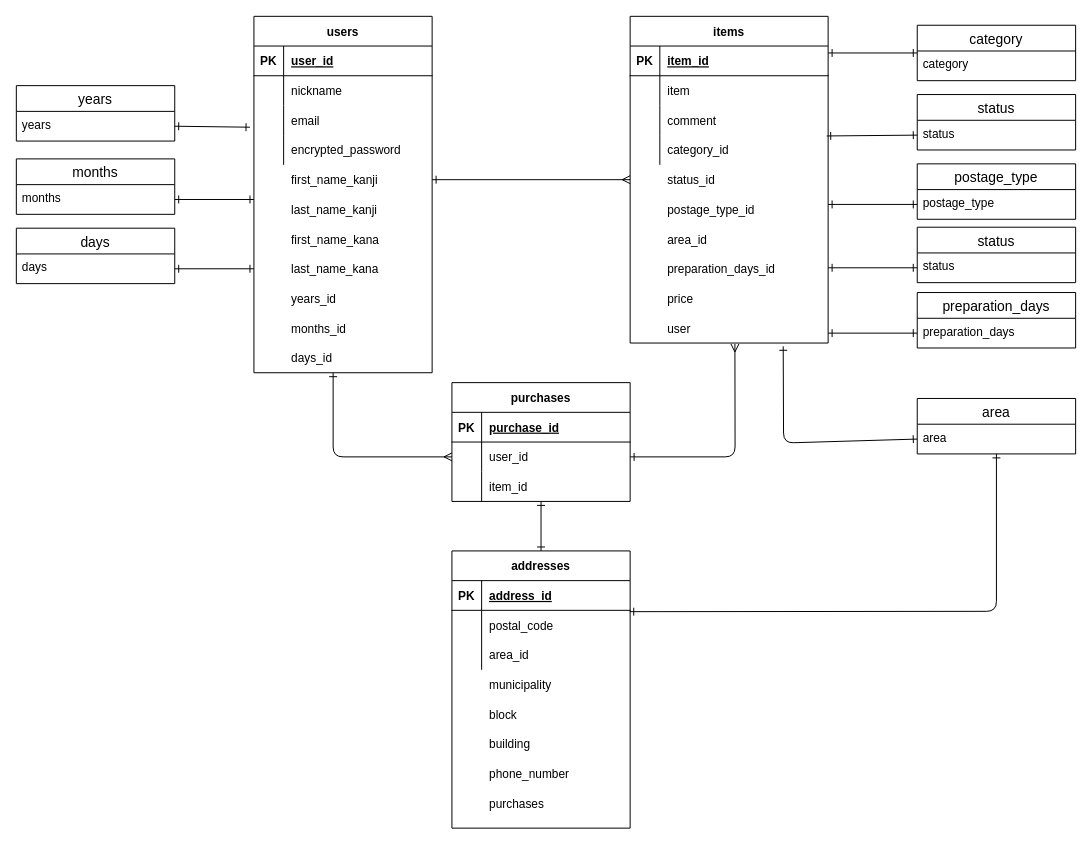
This is furima.dio from YukihitoTomojiri/furima-37077, a draw.io file, before an edit. Source tidied: cells renumbered, new cells numbered last; positions are measured from the earlier drawing's top-left corner, leaving out a move shared by most shapes. Both pictures are drawn from the tidied source at 99%, with x=0, y=0 at pixel (16, 16).
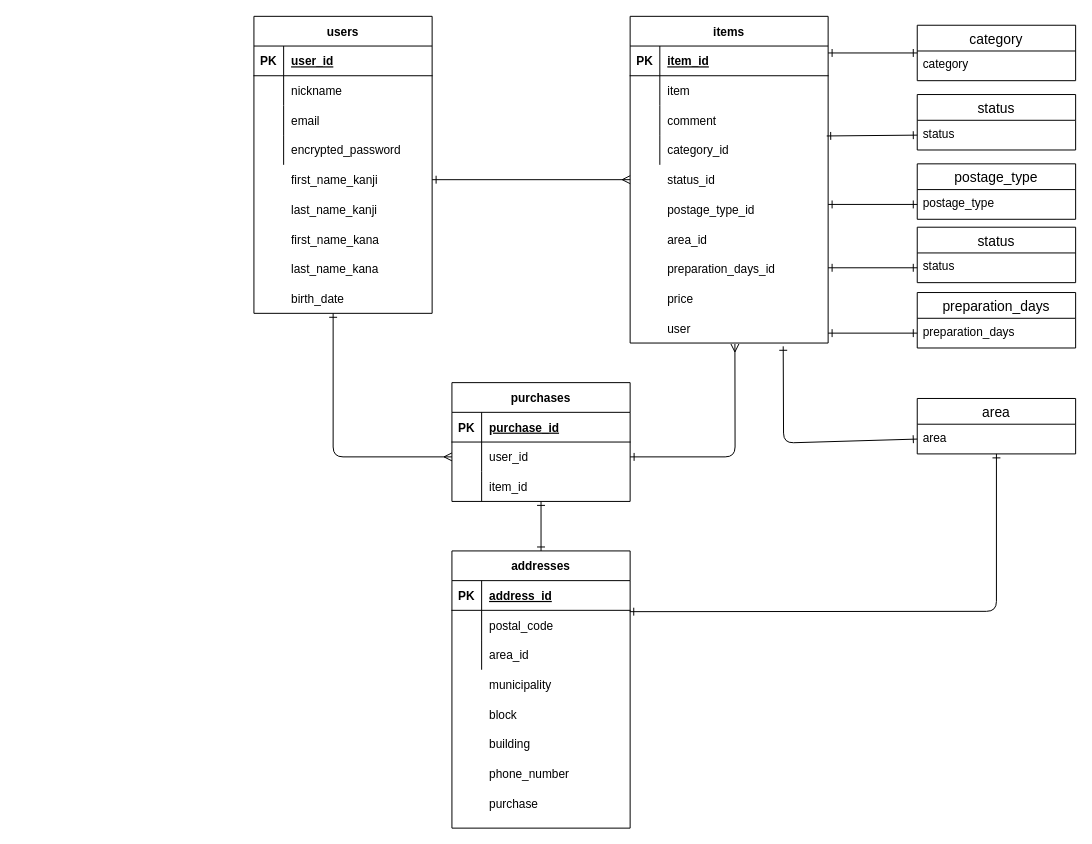
The same page after the edit.

Commit message (it also covers changes not shown here):
ER図とREADEMEを修正

The change refers to these unchanged cells:
```xml
<mxCell id="21" style="shape=partialRectangle;fillColor=none;top=0;left=0;bottom=0;right=0;points=[[0,0.5],[1,0.5]];portConstraint=eastwest;" parent="17" vertex="1">
  <mxGeometry y="60" width="180" height="30" as="geometry" />
</mxCell>
<mxCell id="37" style="group;" parent="1" vertex="1">
  <mxGeometry x="440" y="540" width="180" height="280" as="geometry" />
</mxCell>
```

Change to the diagram source:
```diff
@@
     <mxCell id="2" style="edgeStyle=none;html=1;entryX=0;entryY=0.5;entryDx=0;entryDy=0;startArrow=ERone;startFill=0;endArrow=ERmany;endFill=0;" parent="1" edge="1" target="21">
       <mxGeometry relative="1" as="geometry">
-        <mxPoint x="320" y="360" as="sourcePoint" />
+        <mxPoint x="320" y="300" as="sourcePoint" />
         <Array as="points">
           <mxPoint x="320" y="445" />
         </Array>
       </mxGeometry>
     </mxCell>
     <mxCell id="3" value="users" style="shape=table;startSize=30;childLayout=tableLayout;rowLines=0;fontStyle=1;align=center;" parent="1" vertex="1">
-      <mxGeometry x="240" width="180" height="360" as="geometry" />
+      <mxGeometry x="240" width="180" height="300" as="geometry" />
     </mxCell>
@@
-    <mxCell id="34" value="years_id" style="shape=partialRectangle;fillColor=none;top=0;left=0;bottom=0;right=0;align=left;spacingLeft=6;overflow=hidden;" parent="1" vertex="1">
+    <mxCell id="34" value="birth_date" style="shape=partialRectangle;fillColor=none;top=0;left=0;bottom=0;right=0;align=left;spacingLeft=6;overflow=hidden;" parent="1" vertex="1">
       <mxGeometry x="270" y="270" width="150" height="30" as="geometry" />
     </mxCell>
@@
-    <mxCell id="52" value="purchases" style="shape=partialRectangle;fillColor=none;top=0;left=0;bottom=0;right=0;align=left;spacingLeft=6;overflow=hidden;" parent="37" vertex="1">
+    <mxCell id="52" value="purchase" style="shape=partialRectangle;fillColor=none;top=0;left=0;bottom=0;right=0;align=left;spacingLeft=6;overflow=hidden;" parent="37" vertex="1">
       <mxGeometry x="30" y="240" width="150" height="30" as="geometry" />
     </mxCell>
-    <mxCell id="53" value="months_id" style="shape=partialRectangle;fillColor=none;top=0;left=0;bottom=0;right=0;align=left;spacingLeft=6;overflow=hidden;" parent="1" vertex="1">
-      <mxGeometry x="270" y="300" width="150" height="30" as="geometry" />
-    </mxCell>
-    <mxCell id="54" value="days_id" style="shape=partialRectangle;fillColor=none;top=0;left=0;bottom=0;right=0;align=left;spacingLeft=6;overflow=hidden;" parent="1" vertex="1">
-      <mxGeometry x="270" y="330" width="150" height="30" as="geometry" />
-    </mxCell>
@@
-    <mxCell id="81" value="years" style="swimlane;fontStyle=0;horizontal=1;startSize=26;align=center;fontSize=14;" parent="1" vertex="1">
-      <mxGeometry y="70" width="160" height="56" as="geometry" />
-    </mxCell>
-    <mxCell id="82" value="years" style="text;strokeColor=none;fillColor=none;spacingLeft=4;spacingRight=4;overflow=hidden;points=[[0,0.5],[1,0.5]];portConstraint=eastwest;fontSize=12;" parent="81" vertex="1">
-      <mxGeometry y="26" width="160" height="30" as="geometry" />
-    </mxCell>
-    <mxCell id="83" value="months" style="swimlane;fontStyle=0;horizontal=1;startSize=26;align=center;fontSize=14;" parent="1" vertex="1">
-      <mxGeometry y="144" width="160" height="56" as="geometry" />
-    </mxCell>
-    <mxCell id="84" value="months" style="text;strokeColor=none;fillColor=none;spacingLeft=4;spacingRight=4;overflow=hidden;points=[[0,0.5],[1,0.5]];portConstraint=eastwest;fontSize=12;" parent="83" vertex="1">
-      <mxGeometry y="26" width="160" height="30" as="geometry" />
-    </mxCell>
-    <mxCell id="85" value="days" style="swimlane;fontStyle=0;horizontal=1;startSize=26;align=center;fontSize=14;" parent="1" vertex="1">
-      <mxGeometry y="214" width="160" height="56" as="geometry" />
-    </mxCell>
-    <mxCell id="86" value="days" style="text;strokeColor=none;fillColor=none;spacingLeft=4;spacingRight=4;overflow=hidden;points=[[0,0.5],[1,0.5]];portConstraint=eastwest;fontSize=12;" parent="85" vertex="1">
-      <mxGeometry y="26" width="160" height="30" as="geometry" />
-    </mxCell>
@@
-    <mxCell id="106" style="edgeStyle=none;html=1;exitX=1;exitY=0.5;exitDx=0;exitDy=0;startArrow=ERone;startFill=0;endArrow=ERone;endFill=0;" parent="1" edge="1" source="82">
-      <mxGeometry relative="1" as="geometry">
-        <mxPoint x="236" y="112" as="targetPoint" />
-      </mxGeometry>
-    </mxCell>
-    <mxCell id="107" style="edgeStyle=none;html=1;startArrow=ERone;startFill=0;endArrow=ERone;endFill=0;" parent="1" edge="1" source="84">
-      <mxGeometry relative="1" as="geometry">
-        <mxPoint x="240" y="185" as="targetPoint" />
-      </mxGeometry>
-    </mxCell>
-    <mxCell id="108" style="edgeStyle=none;html=1;exitX=1;exitY=0.5;exitDx=0;exitDy=0;startArrow=ERone;startFill=0;endArrow=ERone;endFill=0;" parent="1" edge="1" source="86">
-      <mxGeometry relative="1" as="geometry">
-        <mxPoint x="240" y="255" as="targetPoint" />
-      </mxGeometry>
-    </mxCell>
```
